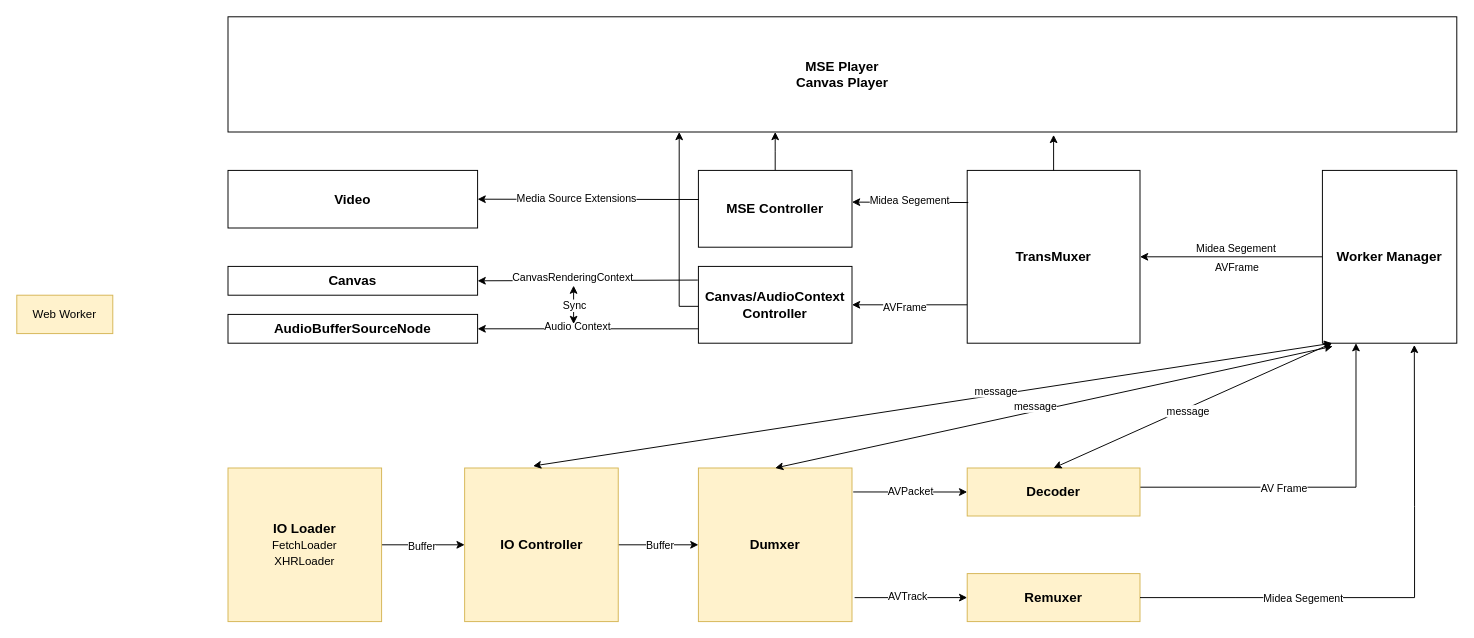
This is 未命名绘图.drawio from Robot-7/h265-design, a draw.io file, before an edit. Source tidied: cells renumbered, new cells numbered last; positions are measured from the earlier drawing's top-left corner, leaving out a move shared by most shapes. Both pictures are drawn from the tidied source at 96%, with x=0, y=0 at pixel (16, 16).
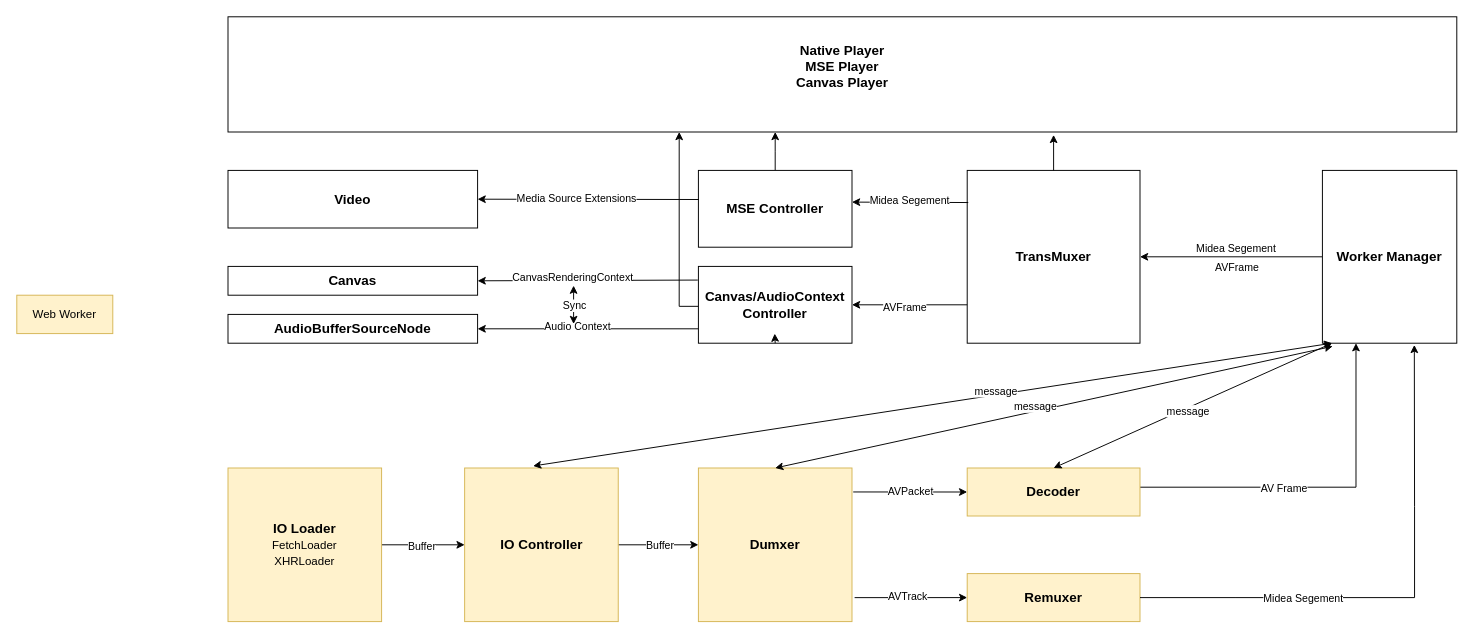
The same page after the edit.

Commit message:
更新未命名绘图.drawio

The change refers to these unchanged cells:
```xml
<mxCell id="7" value="&lt;b style=&quot;font-size: 14px;&quot;&gt;Canvas/AudioContext Controller&lt;/b&gt;" style="rounded=0;whiteSpace=wrap;html=1;fontSize=14;" parent="1" vertex="1">
  <mxGeometry x="710" y="260" width="160" height="80" as="geometry" />
</mxCell>
```

Diff of the diagram source:
```diff
@@
-    <mxCell id="2" value="&lt;b style=&quot;font-size: 14px;&quot;&gt;MSE Player&lt;br style=&quot;font-size: 14px;&quot;&gt;Canvas Player&lt;/b&gt;" style="rounded=0;whiteSpace=wrap;html=1;fontSize=14;" parent="1" vertex="1">
+    <mxCell id="2" value="&lt;b style=&quot;font-size: 14px;&quot;&gt;Native Player&lt;br&gt;MSE Player&lt;br style=&quot;font-size: 14px;&quot;&gt;Canvas Player&lt;br&gt;&lt;br&gt;&lt;/b&gt;" style="rounded=0;whiteSpace=wrap;html=1;fontSize=14;" parent="1" vertex="1">
       <mxGeometry x="220" width="1280" height="120" as="geometry" />
     </mxCell>
@@
+    <mxCell id="52" style="edgeStyle=orthogonalEdgeStyle;rounded=0;orthogonalLoop=1;jettySize=auto;html=1;exitX=0.5;exitY=1;exitDx=0;exitDy=0;entryX=0.497;entryY=0.875;entryDx=0;entryDy=0;entryPerimeter=0;" parent="1" edge="1" source="7" target="7">
+      <mxGeometry relative="1" as="geometry" />
+    </mxCell>
```
